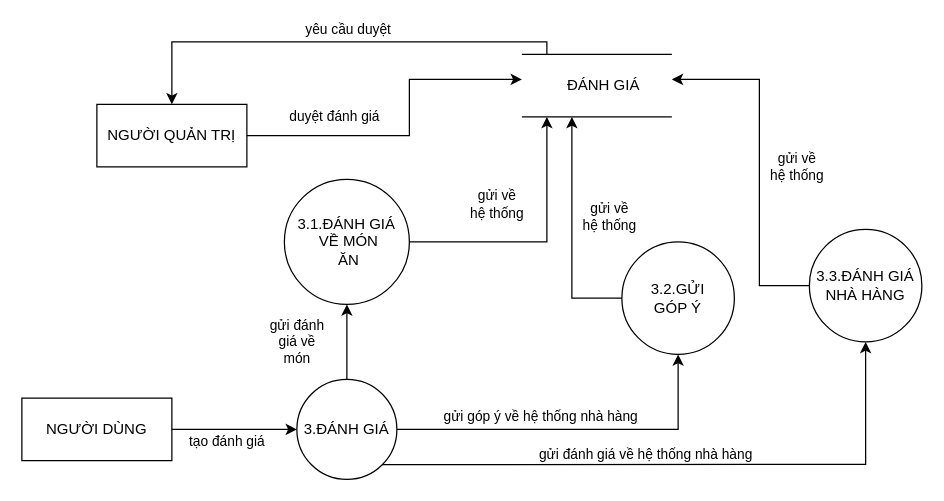
Above: page "Đánh giá" (9 of 11) of Biểu đồ không có tiêu đề.drawio in trucka312/diagram (draw.io), before the change. Source tidied: cells renumbered, new cells numbered last; positions are measured from the earlier drawing's top-left corner, leaving out a move shared by most shapes. Both pictures are drawn from the tidied source at 125%, with x=0, y=0 at pixel (21, 41).
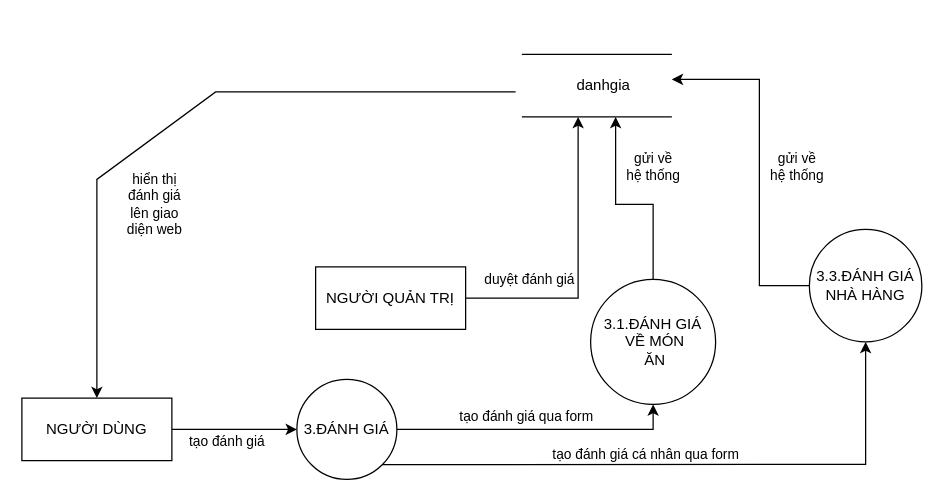
After the change.

Unchanged cells that the change refers to:
```xml
<mxCell id="2" value="3.ĐÁNH GIÁ" style="ellipse;whiteSpace=wrap;html=1;" parent="1" vertex="1">
  <mxGeometry x="220" y="270" width="80" height="80" as="geometry" />
</mxCell>
<mxCell id="3" value="NGƯỜI DÙNG" style="rounded=0;whiteSpace=wrap;html=1;" parent="1" vertex="1">
  <mxGeometry y="285" width="120" height="50" as="geometry" />
</mxCell>
<mxCell id="7" value="3.3.ĐÁNH GIÁ NHÀ HÀNG" style="ellipse;whiteSpace=wrap;html=1;" parent="1" vertex="1">
  <mxGeometry x="630" y="150" width="90" height="90" as="geometry" />
</mxCell>
```

Diff of the diagram source:
```diff
@@
     <mxCell id="5" value="3.1.ĐÁNH GIÁ&lt;br&gt;&amp;nbsp;VỀ MÓN&lt;br&gt;&amp;nbsp;ĂN" style="ellipse;whiteSpace=wrap;html=1;" parent="1" vertex="1">
-      <mxGeometry x="210" y="110" width="100" height="100" as="geometry" />
+      <mxGeometry x="455" y="190" width="100" height="100" as="geometry" />
     </mxCell>
-    <mxCell id="6" value="gửi đánh &lt;br&gt;giá về &lt;br&gt;món" style="endArrow=classic;html=1;rounded=0;exitX=0.5;exitY=0;exitDx=0;exitDy=0;" parent="1" edge="1" source="2">
-      <mxGeometry y="40" relative="1" as="geometry">
-        <mxPoint x="260" y="210" as="targetPoint" />
+    <mxCell id="6" value="tạo đánh giá qua form&amp;nbsp;" style="endArrow=classic;html=1;rounded=0;exitX=1;exitY=0.5;exitDx=0;exitDy=0;entryX=0.5;entryY=1;entryDx=0;entryDy=0;" parent="1" edge="1" source="2" target="5">
+      <mxGeometry x="-0.07" y="10" relative="1" as="geometry">
         <Array as="points">
-          <mxPoint x="260" y="250" />
+          <mxPoint x="505" y="310" />
         </Array>
       </mxGeometry>
     </mxCell>
@@
-    <mxCell id="8" value="gửi đánh giá về hệ thống nhà hàng" style="endArrow=classic;html=1;rounded=0;entryX=0.5;entryY=1;entryDx=0;entryDy=0;exitX=1;exitY=1;exitDx=0;exitDy=0;" parent="1" edge="1" source="2" target="7">
+    <mxCell id="8" value="tạo đánh giá cá nhân qua form" style="endArrow=classic;html=1;rounded=0;entryX=0.5;entryY=1;entryDx=0;entryDy=0;exitX=1;exitY=1;exitDx=0;exitDy=0;" parent="1" edge="1" source="2" target="7">
       <mxGeometry x="-0.13" y="8" relative="1" as="geometry">
         <Array as="points">
           <mxPoint x="675" y="338" />
         </Array>
       </mxGeometry>
     </mxCell>
-    <mxCell id="9" value="gửi góp ý về hệ thống nhà hàng" style="endArrow=classic;html=1;rounded=0;entryX=0.5;entryY=1;entryDx=0;entryDy=0;exitX=1;exitY=0.5;exitDx=0;exitDy=0;" parent="1" edge="1" source="2" target="10">
-      <mxGeometry x="-0.19" y="10" relative="1" as="geometry">
-        <Array as="points">
-          <mxPoint x="525" y="310" />
-        </Array>
-      </mxGeometry>
-    </mxCell>
-    <mxCell id="10" value="3.2.GỬI &lt;br&gt;GÓP Ý" style="ellipse;whiteSpace=wrap;html=1;" parent="1" vertex="1">
-      <mxGeometry x="480" y="160" width="90" height="90" as="geometry" />
-    </mxCell>
@@
-    <mxCell id="13" value="ĐÁNH GIÁ" style="text;html=1;align=center;verticalAlign=middle;strokeColor=none;fillColor=none;" parent="1" vertex="1">
-      <mxGeometry x="425" y="20" width="80" height="30" as="geometry" />
+    <mxCell id="13" value="danhgia" style="text;html=1;align=center;verticalAlign=middle;strokeColor=none;fillColor=none;" parent="1" vertex="1">
+      <mxGeometry x="430" y="20" width="70" height="30" as="geometry" />
     </mxCell>
-    <mxCell id="14" value="gửi về &lt;br&gt;hệ thống" style="endArrow=classic;html=1;rounded=0;exitX=0;exitY=0.5;exitDx=0;exitDy=0;" parent="1" edge="1" source="10">
-      <mxGeometry x="0.14" y="-30" relative="1" as="geometry">
-        <mxPoint x="440" y="60" as="targetPoint" />
-        <Array as="points">
-          <mxPoint x="440" y="205" />
-        </Array>
-      </mxGeometry>
-    </mxCell>
-    <mxCell id="15" value="gửi về &lt;br&gt;hệ thống" style="endArrow=classic;html=1;rounded=0;exitX=1;exitY=0.5;exitDx=0;exitDy=0;" parent="1" edge="1" source="5">
-      <mxGeometry x="-0.33" y="30" relative="1" as="geometry">
-        <mxPoint x="420" y="60" as="targetPoint" />
+    <mxCell id="15" value="gửi về &lt;br&gt;hệ thống" style="endArrow=classic;html=1;rounded=0;exitX=0.5;exitY=0;exitDx=0;exitDy=0;" parent="1" edge="1" source="5">
+      <mxGeometry x="0.5" y="-30" relative="1" as="geometry">
+        <mxPoint x="475" y="60" as="targetPoint" />
         <Array as="points">
-          <mxPoint x="420" y="160" />
+          <mxPoint x="505" y="130" />
+          <mxPoint x="475" y="130" />
         </Array>
       </mxGeometry>
     </mxCell>
@@
     <mxCell id="17" value="NGƯỜI QUẢN TRỊ" style="rounded=0;whiteSpace=wrap;html=1;" parent="1" vertex="1">
-      <mxGeometry x="60" y="50" width="120" height="50" as="geometry" />
+      <mxGeometry x="235" y="180" width="120" height="50" as="geometry" />
     </mxCell>
-    <mxCell id="18" value="yêu cầu duyệt" style="endArrow=classic;html=1;rounded=0;entryX=0.5;entryY=0;entryDx=0;entryDy=0;" parent="1" edge="1" target="17">
-      <mxGeometry x="-0.06" y="-10" relative="1" as="geometry">
-        <mxPoint x="420" y="10" as="sourcePoint" />
-        <Array as="points">
-          <mxPoint x="420" />
-          <mxPoint x="120" />
-        </Array>
-      </mxGeometry>
-    </mxCell>
     <mxCell id="19" value="duyệt đánh giá" style="endArrow=classic;html=1;rounded=0;exitX=1;exitY=0.5;exitDx=0;exitDy=0;" parent="1" edge="1" source="17">
-      <mxGeometry x="-0.47" y="15" relative="1" as="geometry">
-        <mxPoint x="400" y="30" as="targetPoint" />
+      <mxGeometry x="-0.57" y="15" relative="1" as="geometry">
+        <mxPoint x="445" y="60" as="targetPoint" />
         <Array as="points">
-          <mxPoint x="310" y="75" />
-          <mxPoint x="310" y="30" />
+          <mxPoint x="415" y="205" />
+          <mxPoint x="445" y="205" />
         </Array>
       </mxGeometry>
     </mxCell>
+    <mxCell id="20" value="hiển thị &lt;br&gt;đánh giá &lt;br&gt;lên giao &lt;br&gt;diện web" style="endArrow=classic;html=1;rounded=0;entryX=0.5;entryY=0;entryDx=0;entryDy=0;" parent="1" edge="1" target="3">
+      <mxGeometry x="0.25" y="43" relative="1" as="geometry">
+        <mxPoint x="395" y="40" as="sourcePoint" />
+        <Array as="points">
+          <mxPoint x="155" y="40" />
+          <mxPoint x="60" y="110" />
+        </Array>
+      </mxGeometry>
+    </mxCell>
```
